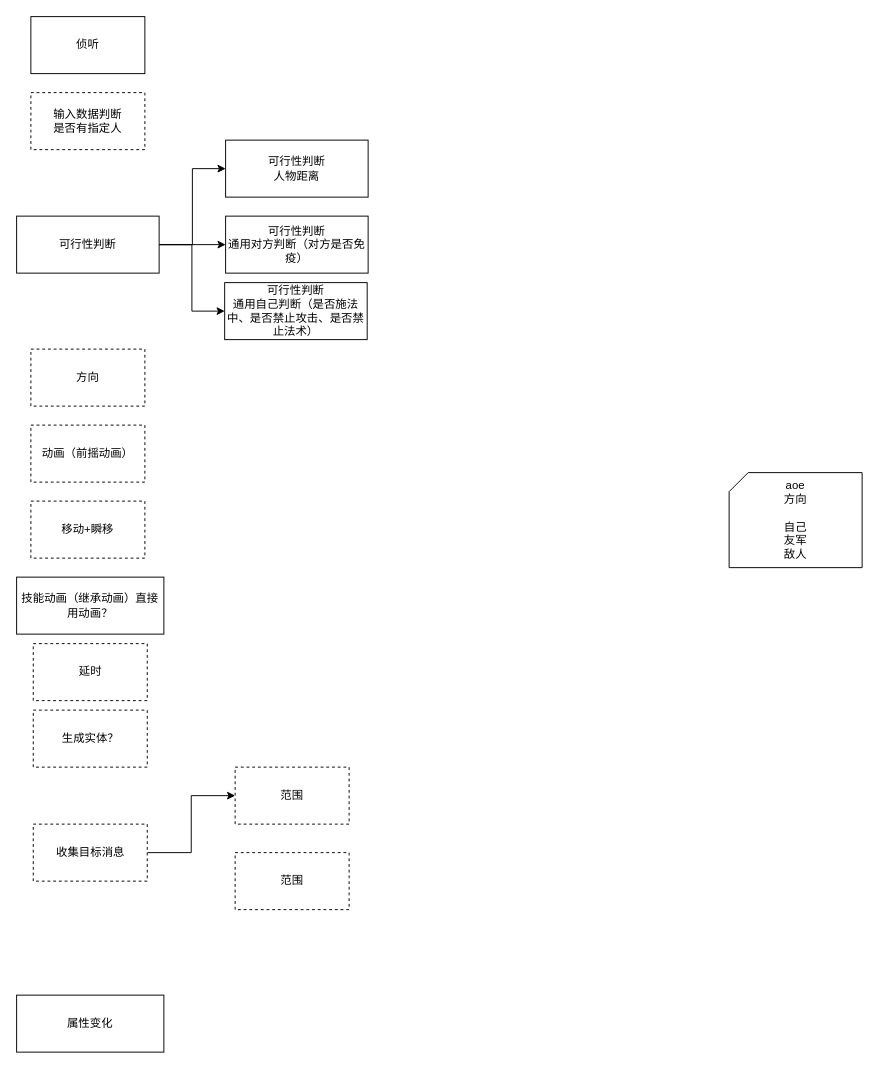
This is skill.drawio from cliang/drawio, a draw.io file, before an edit. Source tidied: cells renumbered, new cells numbered last; positions are measured from the earlier drawing's top-left corner, leaving out a move shared by most shapes. Both pictures are drawn from the tidied source at 95%, with x=0, y=0 at pixel (16, 16).
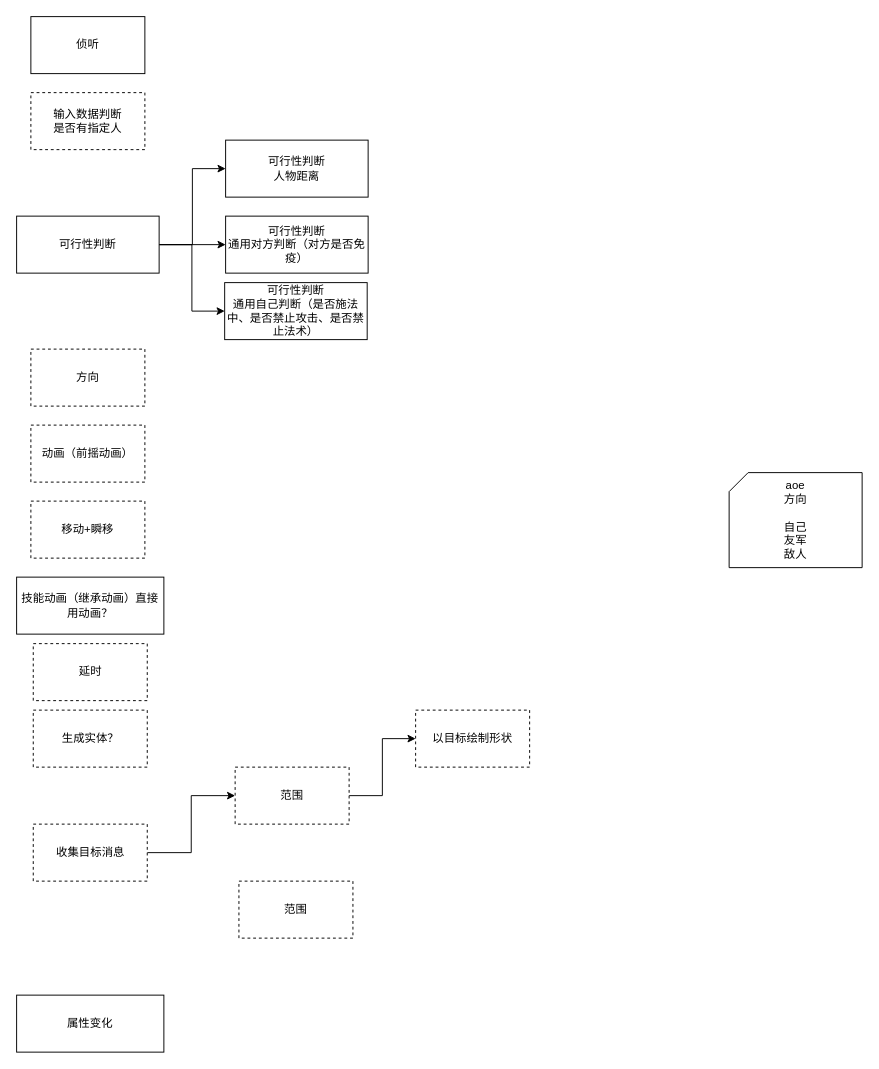
After the change.

The change refers to these unchanged cells:
```xml
<mxCell id="20" value="范围" style="whiteSpace=wrap;html=1;rounded=0;dashed=1;" parent="1" vertex="1">
  <mxGeometry x="230" y="790" width="120" height="60" as="geometry" />
</mxCell>
```

What changed in the source:
```diff
@@
+    <mxCell id="23" style="edgeStyle=orthogonalEdgeStyle;rounded=0;jettySize=auto;html=1;exitX=1;exitY=0.5;exitDx=0;exitDy=0;entryX=0;entryY=0.5;entryDx=0;entryDy=0;" parent="1" edge="1" source="20" target="24">
+      <mxGeometry relative="1" as="geometry" />
+    </mxCell>
@@
     <mxCell id="22" value="范围" style="whiteSpace=wrap;html=1;rounded=0;dashed=1;" parent="1" vertex="1">
-      <mxGeometry x="230" y="880" width="120" height="60" as="geometry" />
+      <mxGeometry x="234" y="910" width="120" height="60" as="geometry" />
     </mxCell>
+    <mxCell id="24" value="以目标绘制形状" style="whiteSpace=wrap;html=1;rounded=0;dashed=1;" parent="1" vertex="1">
+      <mxGeometry x="420" y="730" width="120" height="60" as="geometry" />
+    </mxCell>
```
